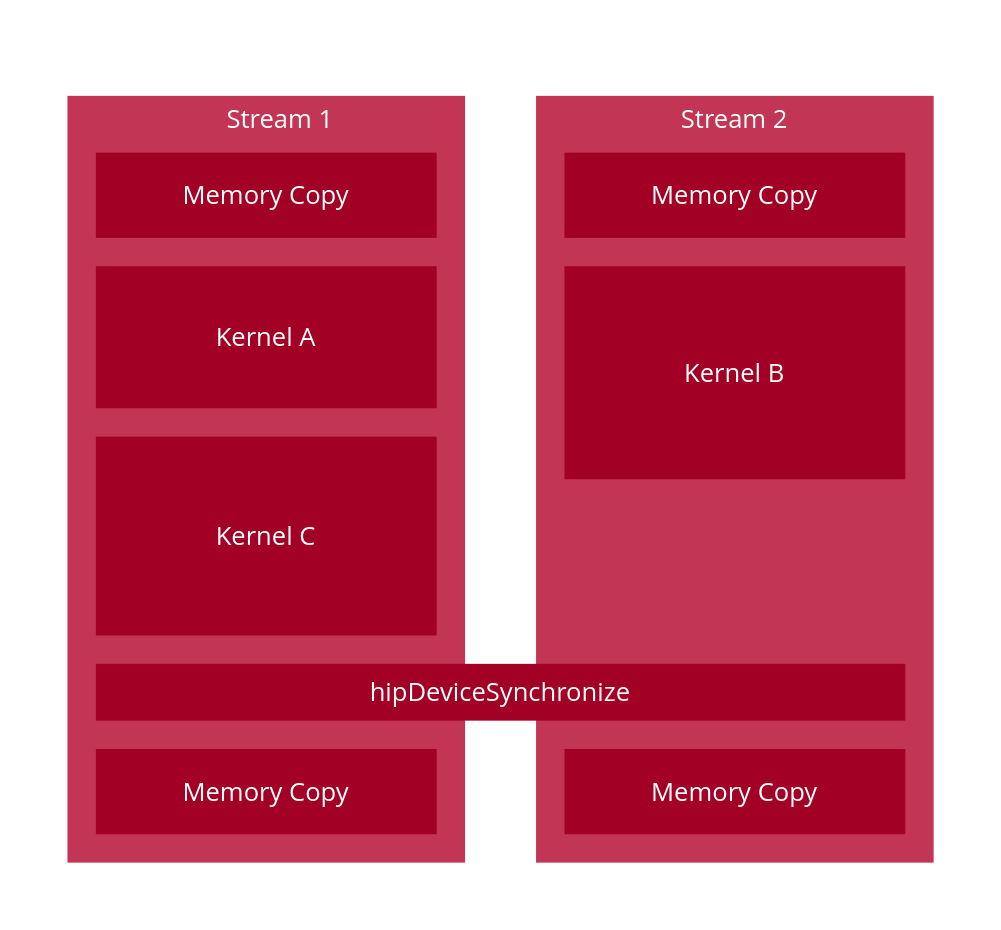
Above: projects/hip/docs/data/how-to/hip_runtime_api/stream_management.drawio in NautRobot/Eze-P (draw.io), before the change. Source tidied: cells renumbered, new cells numbered last; positions are measured from the earlier drawing's top-left corner, leaving out a move shared by most shapes. Both pictures are drawn from the tidied source at 142%, with x=0, y=0 at pixel (53, 95).
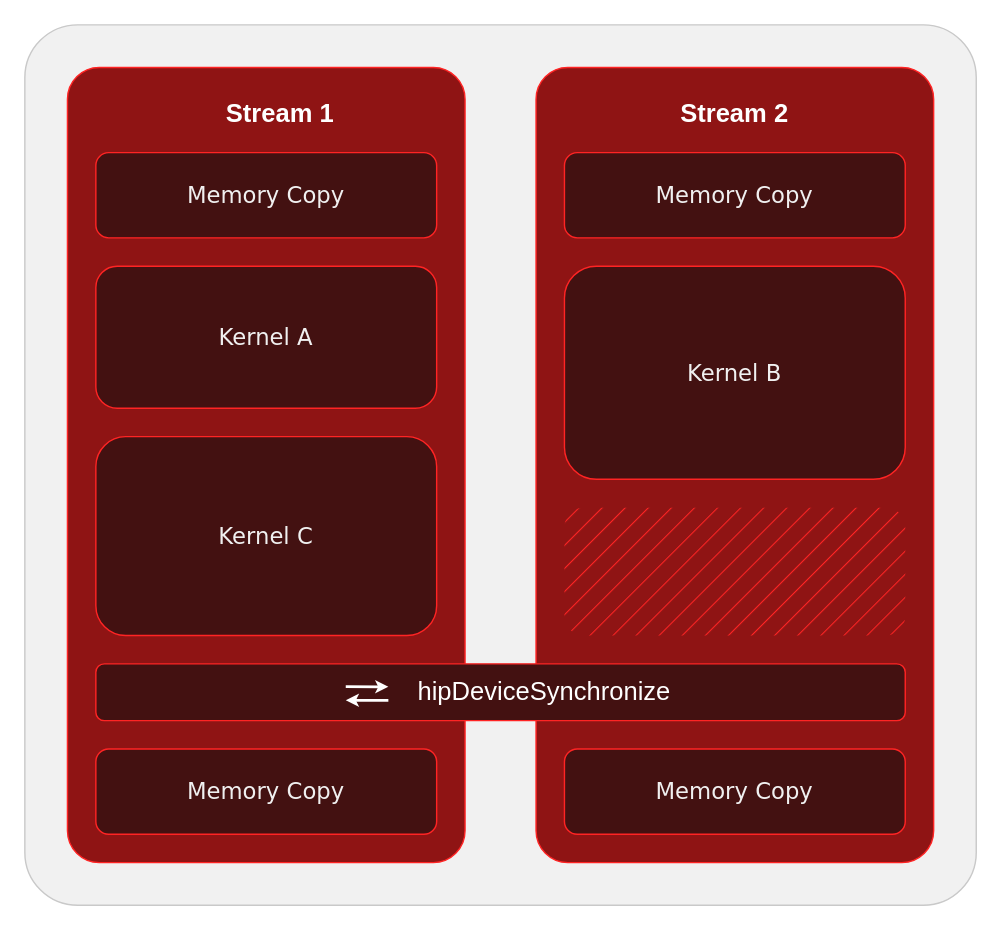
Above is the later version.

Diff of the diagram source:
```diff
@@
+    <mxCell id="14" style="rounded=1;whiteSpace=wrap;html=1;fillColor=#F1F1F1;fontColor=#FFFFFF;strokeColor=#C9C9C9;spacing=0;arcSize=6;" parent="1" vertex="1">
+      <mxGeometry x="-20" y="-50" width="670" height="620" as="geometry" />
+    </mxCell>
-    <mxCell id="2" style="rounded=0;fillColor=#C23555;fontColor=#FFFFFF;strokeColor=none;spacing=0;fontFamily=Segoe UI;fontSize=18;" parent="1" vertex="1">
-      <mxGeometry x="340" width="280" height="540" as="geometry" />
+    <mxCell id="2" style="whiteSpace=wrap;html=1;fontSize=16;fontFamily=Verdana;rounded=1;verticalAlign=top;strokeColor=#ff2424;fillColor=#8F1414;fontColor=#F0F0F0;arcSize=8;" parent="1" vertex="1">
+      <mxGeometry x="340" y="-20" width="280" height="560" as="geometry" />
     </mxCell>
-    <mxCell id="3" style="rounded=0;fillColor=#C23555;fontColor=#FFFFFF;strokeColor=none;spacing=0;fontFamily=Segoe UI;fontSize=18;" parent="1" vertex="1">
-      <mxGeometry x="10" width="280" height="540" as="geometry" />
+    <mxCell id="3" style="whiteSpace=wrap;html=1;fontSize=16;fontFamily=Verdana;rounded=1;verticalAlign=top;strokeColor=#ff2424;fillColor=#8F1414;fontColor=#F0F0F0;arcSize=8;" parent="1" vertex="1">
+      <mxGeometry x="10" y="-20" width="280" height="560" as="geometry" />
     </mxCell>
-    <mxCell id="4" value="Stream 1" style="text;strokeColor=none;fillColor=none;align=center;verticalAlign=middle;rounded=0;fontFamily=Segoe UI;fontSize=18;fontColor=#FFFFFF;" parent="1" vertex="1">
-      <mxGeometry width="320" height="30" as="geometry" />
+    <mxCell id="4" value="Stream 1" style="text;strokeColor=none;fillColor=none;align=center;verticalAlign=middle;rounded=0;fontFamily=Helvetica;fontSize=18;fontColor=#FFFFFF;fontStyle=1;" parent="1" vertex="1">
+      <mxGeometry y="-4" width="320" height="30" as="geometry" />
     </mxCell>
-    <mxCell id="5" value="Kernel A" style="rounded=0;whiteSpace=wrap;html=1;fillColor=#A20025;fontColor=#FFFFFF;strokeColor=none;fontFamily=Segoe UI;fontSize=18;" parent="1" vertex="1">
+    <mxCell id="5" value="Kernel A" style="whiteSpace=wrap;html=1;fontSize=16;fontFamily=Verdana;rounded=1;strokeColor=#ff2424;fillStyle=solid;fontColor=#F0F0F0;fillColor=#431111;" parent="1" vertex="1">
       <mxGeometry x="30" y="120" width="240" height="100" as="geometry" />
     </mxCell>
-    <mxCell id="6" value="Stream 2" style="text;strokeColor=none;fillColor=none;align=center;verticalAlign=middle;rounded=0;fontFamily=Segoe UI;fontSize=18;fontColor=#FFFFFF;" parent="1" vertex="1">
-      <mxGeometry x="320" width="320" height="30" as="geometry" />
+    <mxCell id="6" value="Stream 2" style="text;strokeColor=none;fillColor=none;align=center;verticalAlign=middle;rounded=0;fontFamily=Helvetica;fontSize=18;fontColor=#FFFFFF;fontStyle=1;" parent="1" vertex="1">
+      <mxGeometry x="320" y="-4" width="320" height="30" as="geometry" />
     </mxCell>
-    <mxCell id="7" value="Memory Copy" style="rounded=0;whiteSpace=wrap;html=1;fillColor=#A20025;fontColor=#FFFFFF;strokeColor=none;fontFamily=Segoe UI;fontSize=18;" parent="1" vertex="1">
+    <mxCell id="7" value="Memory Copy" style="whiteSpace=wrap;html=1;fontSize=16;fontFamily=Verdana;rounded=1;strokeColor=#ff2424;fillStyle=solid;fontColor=#F0F0F0;fillColor=#431111;" parent="1" vertex="1">
       <mxGeometry x="30" y="40" width="240" height="60" as="geometry" />
     </mxCell>
-    <mxCell id="8" value="hipDeviceSynchronize" style="rounded=0;whiteSpace=wrap;html=1;fillColor=#A20025;fontColor=#FFFFFF;strokeColor=none;fontFamily=Segoe UI;fontSize=18;" parent="1" vertex="1">
+    <mxCell id="8" style="whiteSpace=wrap;html=1;fontSize=16;fontFamily=Verdana;rounded=1;strokeColor=#ff2424;fillStyle=solid;fontColor=#F0F0F0;fillColor=#431111;" parent="1" vertex="1">
       <mxGeometry x="30" y="400" width="570" height="40" as="geometry" />
     </mxCell>
-    <mxCell id="9" value="Kernel B" style="rounded=0;whiteSpace=wrap;html=1;fillColor=#A20025;fontColor=#FFFFFF;strokeColor=none;fontFamily=Segoe UI;fontSize=18;" parent="1" vertex="1">
+    <mxCell id="9" value="Kernel B" style="whiteSpace=wrap;html=1;fontSize=16;fontFamily=Verdana;rounded=1;strokeColor=#ff2424;fillStyle=solid;fontColor=#F0F0F0;fillColor=#431111;" parent="1" vertex="1">
       <mxGeometry x="360" y="120" width="240" height="150" as="geometry" />
     </mxCell>
-    <mxCell id="10" value="Kernel C" style="rounded=0;whiteSpace=wrap;html=1;fillColor=#A20025;fontColor=#FFFFFF;strokeColor=none;fontFamily=Segoe UI;fontSize=18;" parent="1" vertex="1">
+    <mxCell id="10" value="Kernel C" style="whiteSpace=wrap;html=1;fontSize=16;fontFamily=Verdana;rounded=1;strokeColor=#ff2424;fillStyle=solid;fontColor=#F0F0F0;fillColor=#431111;" parent="1" vertex="1">
       <mxGeometry x="30" y="240" width="240" height="140" as="geometry" />
     </mxCell>
-    <mxCell id="11" value="Memory Copy" style="rounded=0;whiteSpace=wrap;html=1;fillColor=#A20025;fontColor=#FFFFFF;strokeColor=none;fontFamily=Segoe UI;fontSize=18;" parent="1" vertex="1">
+    <mxCell id="11" value="Memory Copy" style="whiteSpace=wrap;html=1;fontSize=16;fontFamily=Verdana;rounded=1;strokeColor=#ff2424;fillStyle=solid;fontColor=#F0F0F0;fillColor=#431111;" parent="1" vertex="1">
       <mxGeometry x="360" y="40" width="240" height="60" as="geometry" />
     </mxCell>
-    <mxCell id="12" value="Memory Copy" style="rounded=0;whiteSpace=wrap;html=1;fillColor=#A20025;fontColor=#FFFFFF;strokeColor=none;fontFamily=Segoe UI;fontSize=18;" parent="1" vertex="1">
+    <mxCell id="12" value="Memory Copy" style="whiteSpace=wrap;html=1;fontSize=16;fontFamily=Verdana;rounded=1;strokeColor=#ff2424;fillStyle=solid;fontColor=#F0F0F0;fillColor=#431111;" parent="1" vertex="1">
       <mxGeometry x="30" y="460" width="240" height="60" as="geometry" />
     </mxCell>
-    <mxCell id="13" value="Memory Copy" style="rounded=0;whiteSpace=wrap;html=1;fillColor=#A20025;fontColor=#FFFFFF;strokeColor=none;fontFamily=Segoe UI;fontSize=18;" parent="1" vertex="1">
+    <mxCell id="13" value="Memory Copy" style="whiteSpace=wrap;html=1;fontSize=16;fontFamily=Verdana;rounded=1;strokeColor=#ff2424;fillStyle=solid;fontColor=#F0F0F0;fillColor=#431111;" parent="1" vertex="1">
       <mxGeometry x="360" y="460" width="240" height="60" as="geometry" />
     </mxCell>
+    <mxCell id="15" style="group;" parent="1" vertex="1">
+      <mxGeometry x="206" y="416" width="30" height="9.7" as="geometry" />
+    </mxCell>
+    <mxCell id="16" style="endArrow=classic;html=1;strokeColor=#FFFFFF;fillColor=default;endWidth=9.534883720930234;rounded=1;strokeWidth=2;endSize=3;" parent="15" edge="1">
+      <mxGeometry relative="1" as="geometry">
+        <mxPoint as="sourcePoint" />
+        <mxPoint x="30" y="0.2" as="targetPoint" />
+      </mxGeometry>
+    </mxCell>
+    <mxCell id="17" style="endArrow=classic;html=1;strokeColor=#FFFFFF;fillColor=default;endWidth=9.534883720930234;rounded=1;strokeWidth=2;endSize=3;" parent="15" edge="1">
+      <mxGeometry relative="1" as="geometry">
+        <mxPoint x="30" y="9.7" as="sourcePoint" />
+        <mxPoint y="9.7" as="targetPoint" />
+      </mxGeometry>
+    </mxCell>
+    <mxCell id="18" value="hipDeviceSynchronize" style="text;strokeColor=none;fillColor=none;align=center;verticalAlign=middle;rounded=0;fontFamily=Helvetica;fontSize=18;fontColor=#FFFFFF;fontStyle=0;" parent="1" vertex="1">
+      <mxGeometry x="225" y="403" width="242" height="30" as="geometry" />
+    </mxCell>
+    <mxCell id="19" style="whiteSpace=wrap;html=1;fontSize=16;fontFamily=Verdana;rounded=1;verticalAlign=top;strokeColor=none;fillColor=#FF2424;fontColor=#F0F0F0;fillStyle=hatch;" parent="1" vertex="1">
+      <mxGeometry x="360" y="290" width="240" height="90" as="geometry" />
+    </mxCell>
```
